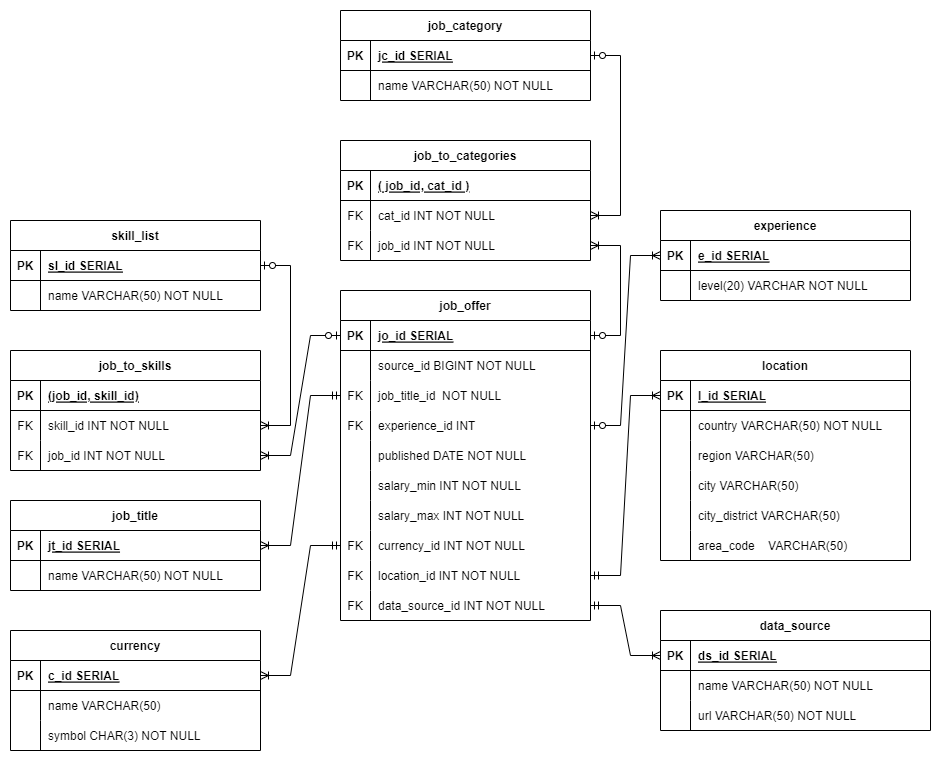
Above: report/dataModel.V13.drawio.png in mygitbob/feb24_project_job-market (draw.io), before the change. Source tidied: cells renumbered, new cells last; positions are measured from the earlier drawing's top-left corner, leaving out a move shared by most shapes.
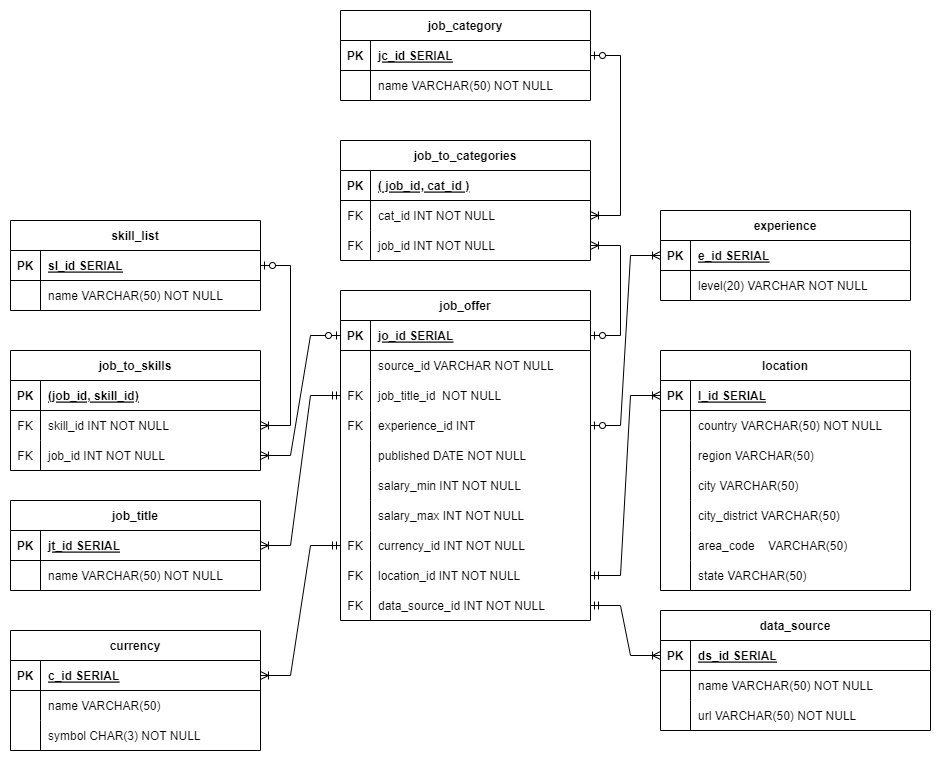
After the change.

Commit message:
added optional field state to location in DataModel

Change to the diagram source:
```diff
@@ -20,7 +20,7 @@
     <mxCell id="7" style="shape=partialRectangle;overflow=hidden;fillColor=none;top=0;left=0;bottom=0;right=0;" parent="6" vertex="1">
       <mxGeometry width="30" height="30" as="geometry" />
     </mxCell>
-    <mxCell id="8" value="source_id BIGINT NOT NULL" style="shape=partialRectangle;overflow=hidden;fillColor=none;top=0;left=0;bottom=0;right=0;align=left;spacingLeft=6;" parent="6" vertex="1">
+    <mxCell id="8" value="source_id VARCHAR NOT NULL" style="shape=partialRectangle;overflow=hidden;fillColor=none;top=0;left=0;bottom=0;right=0;align=left;spacingLeft=6;" parent="6" vertex="1">
       <mxGeometry x="30" width="220" height="30" as="geometry" />
     </mxCell>
     <mxCell id="9" style="shape=partialRectangle;fillColor=none;points=[[0,0.5],[1,0.5]];portConstraint=eastwest;top=0;left=0;right=0;bottom=0;" parent="2" vertex="1">
@@ -300,7 +300,7 @@
       <mxGeometry x="30" width="240" height="30" as="geometry" />
     </mxCell>
     <mxCell id="101" value="location" style="shape=table;startSize=30;rowLines=0;fontStyle=1;align=center;" parent="1" vertex="1">
-      <mxGeometry x="720" y="340" width="250" height="210" as="geometry" />
+      <mxGeometry x="720" y="340" width="250" height="240" as="geometry" />
     </mxCell>
     <mxCell id="102" style="shape=partialRectangle;fillColor=none;points=[[0,0.5],[1,0.5]];portConstraint=eastwest;top=0;left=0;right=0;bottom=1;" parent="101" vertex="1">
       <mxGeometry y="30" width="250" height="30" as="geometry" />
@@ -356,6 +356,15 @@
     <mxCell id="119" value="area_code    VARCHAR(50)" style="shape=partialRectangle;overflow=hidden;fillColor=none;top=0;left=0;bottom=0;right=0;align=left;spacingLeft=6;" parent="117" vertex="1">
       <mxGeometry x="30" width="220" height="30" as="geometry" />
     </mxCell>
+    <mxCell id="129" style="shape=partialRectangle;fillColor=none;top=0;left=0;right=0;bottom=0;" parent="101" vertex="1">
+      <mxGeometry y="210" width="250" height="30" as="geometry" />
+    </mxCell>
+    <mxCell id="130" style="shape=partialRectangle;overflow=hidden;fillColor=none;top=0;left=0;bottom=0;right=0;" parent="129" vertex="1">
+      <mxGeometry width="30" height="30" as="geometry" />
+    </mxCell>
+    <mxCell id="131" value="state VARCHAR(50)" style="shape=partialRectangle;overflow=hidden;fillColor=none;top=0;left=0;bottom=0;right=0;align=left;spacingLeft=6;" parent="129" vertex="1">
+      <mxGeometry x="30" width="220" height="30" as="geometry" />
+    </mxCell>
     <mxCell id="120" style="edgeStyle=entityRelationEdgeStyle;fontSize=12;html=1;endArrow=ERoneToMany;startArrow=ERzeroToOne;rounded=0;exitX=0;exitY=0.5;exitDx=0;exitDy=0;entryX=1;entryY=0.5;entryDx=0;entryDy=0;" parent="1" edge="1" source="3" target="78">
       <mxGeometry relative="1" as="geometry">
         <Array as="points">
```
